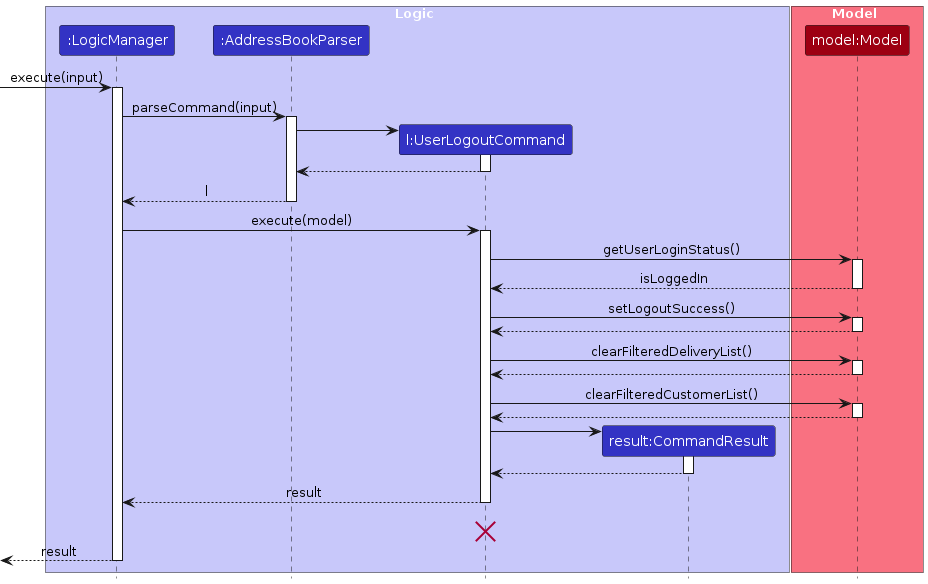
Above: diagrams/UserLogoutSequenceDiagram.png in zhonghan721/tp (PlantUML), before the change. Its source is kept beside it as diagrams/UserLogoutSequenceDiagram.puml.
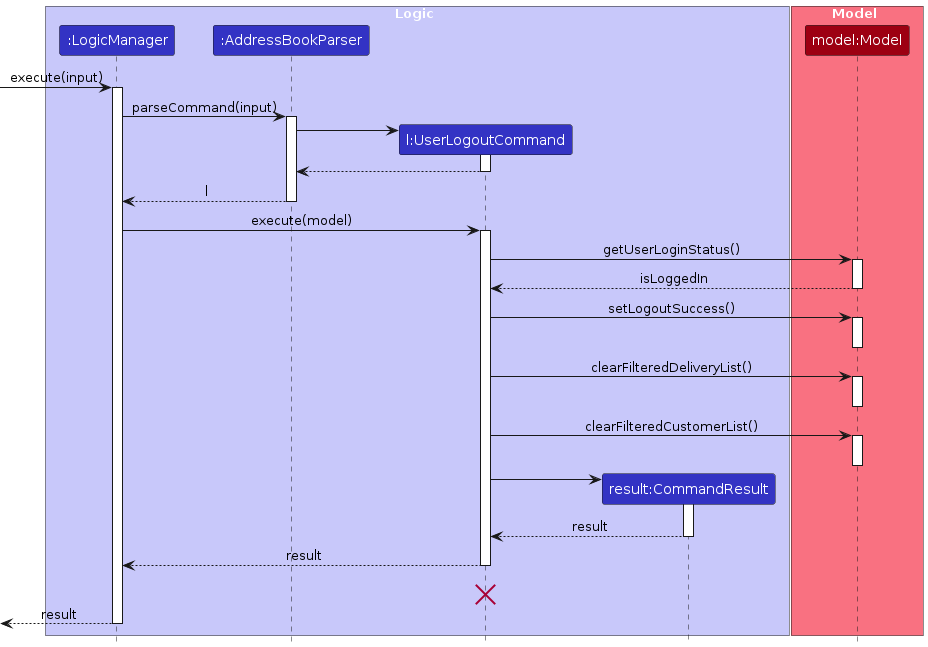
After the change.

Diff of the diagram source:
```diff
@@ -40,26 +40,23 @@
 UserLogoutCommand -> Model : setLogoutSuccess()
 activate Model
 
-Model --> UserLogoutCommand
 deactivate Model
 
 UserLogoutCommand -> Model : clearFilteredDeliveryList()
 activate Model
 
-Model --> UserLogoutCommand
 deactivate Model
 
 UserLogoutCommand -> Model : clearFilteredCustomerList()
 activate Model
 
-Model --> UserLogoutCommand
 deactivate Model
 
 create CommandResult
 UserLogoutCommand -> CommandResult
 activate CommandResult
 
-CommandResult --> UserLogoutCommand
+CommandResult --> UserLogoutCommand : result
 deactivate CommandResult
 
 UserLogoutCommand --> LogicManager : result
```
